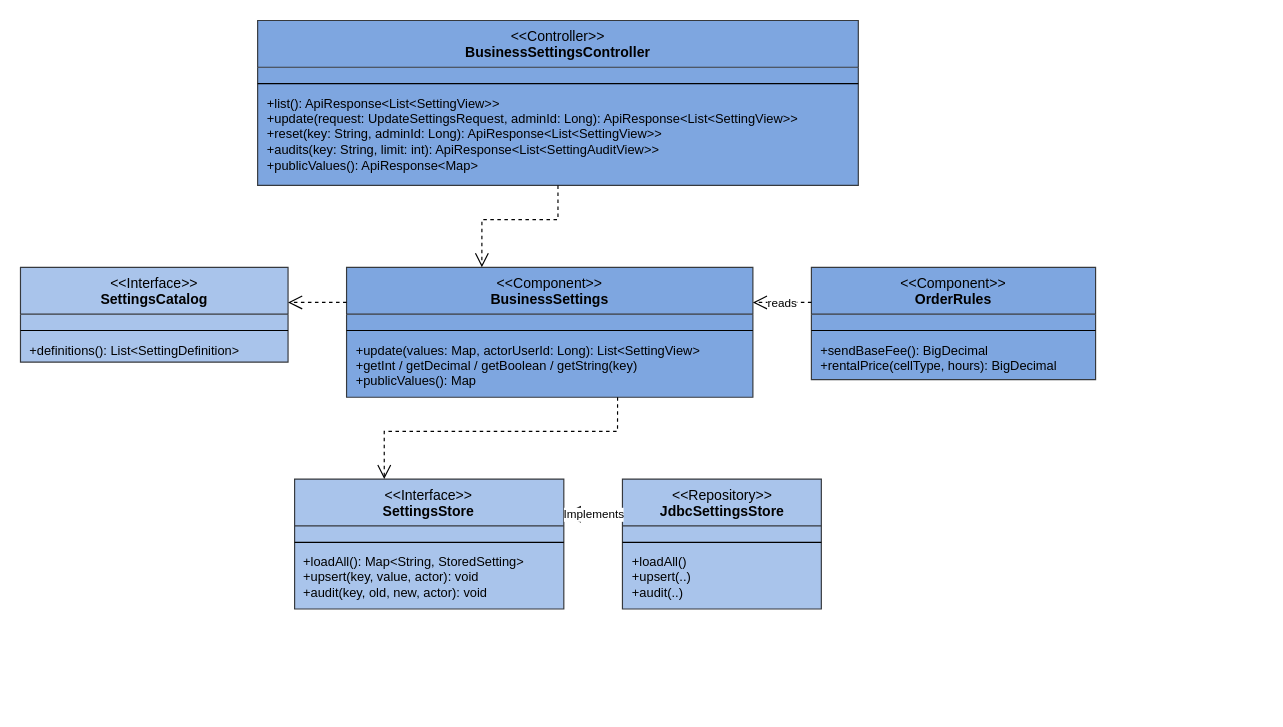
Earlier version of the draw.io diagram rp4/sdd-assets/drawio/cls_settings.drawio (LockR-Tech/docs). Source tidied: cells renumbered, new cells numbered last; positions are measured from the earlier drawing's top-left corner, leaving out a move shared by most shapes. Both pictures are drawn from the tidied source at 117%, with x=0, y=0 at pixel (20, 20).
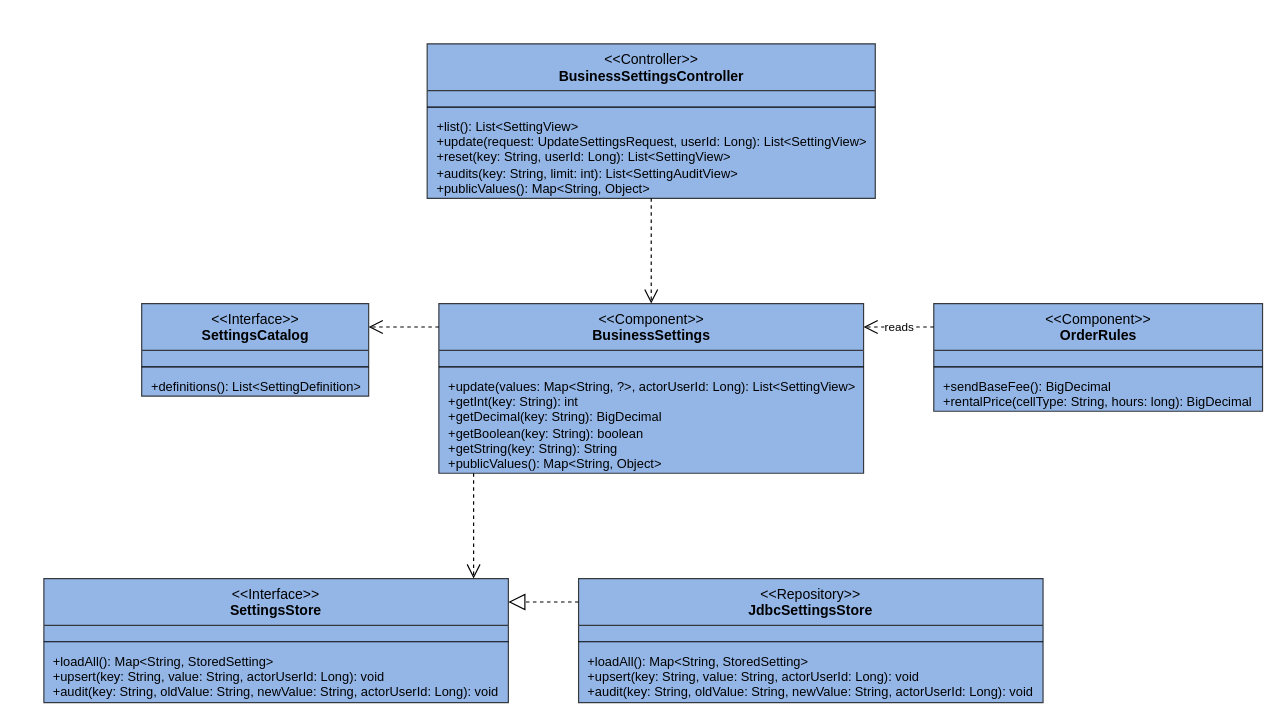
After the change.

Diff of the diagram source:
```diff
@@
-    <mxCell id="2" value="&amp;lt;&amp;lt;Controller&amp;gt;&amp;gt;&lt;br&gt;&lt;b&gt;BusinessSettingsController&lt;/b&gt;" style="swimlane;fontStyle=0;align=center;verticalAlign=top;horizontal=1;startSize=40;html=1;whiteSpace=wrap;fillColor=#7EA6E0;swimlaneFillColor=#7EA6E0;strokeColor=#36393d;fontSize=12;" parent="1" vertex="1">
-      <mxGeometry x="202.7" width="513.4" height="141" as="geometry" />
+    <mxCell id="2" value="&amp;lt;&amp;lt;Controller&amp;gt;&amp;gt;&lt;br&gt;&lt;b&gt;BusinessSettingsController&lt;/b&gt;" style="swimlane;fontStyle=0;align=center;verticalAlign=top;horizontal=1;startSize=40;html=1;whiteSpace=wrap;fillColor=#94B6E7;swimlaneFillColor=#94B6E7;strokeColor=#36393d;fontSize=12;" parent="1" vertex="1">
+      <mxGeometry x="347.6" y="20" width="383" height="132" as="geometry" />
     </mxCell>
     <mxCell id="3" style="text;strokeColor=none;fillColor=none;align=left;verticalAlign=top;spacingLeft=6;spacingRight=4;overflow=hidden;html=1;whiteSpace=nowrap;fontSize=11;" parent="2" vertex="1">
-      <mxGeometry y="40" width="513.4" height="10" as="geometry" />
+      <mxGeometry y="40" width="383" height="10" as="geometry" />
     </mxCell>
     <mxCell id="4" style="line;strokeWidth=1;fillColor=none;align=left;verticalAlign=middle;spacingTop=-1;spacingLeft=3;spacingRight=3;labelPosition=right;" parent="2" vertex="1">
-      <mxGeometry y="50" width="513.4" height="8" as="geometry" />
+      <mxGeometry y="50" width="383" height="8" as="geometry" />
     </mxCell>
-    <mxCell id="5" value="+list(): ApiResponse&amp;lt;List&amp;lt;SettingView&amp;gt;&amp;gt;&lt;br&gt;+update(request: UpdateSettingsRequest, adminId: Long): ApiResponse&amp;lt;List&amp;lt;SettingView&amp;gt;&amp;gt;&lt;br&gt;+reset(key: String, adminId: Long): ApiResponse&amp;lt;List&amp;lt;SettingView&amp;gt;&amp;gt;&lt;br&gt;+audits(key: String, limit: int): ApiResponse&amp;lt;List&amp;lt;SettingAuditView&amp;gt;&amp;gt;&lt;br&gt;+publicValues(): ApiResponse&amp;lt;Map&amp;gt;" style="text;strokeColor=none;fillColor=none;align=left;verticalAlign=top;spacingLeft=6;spacingRight=4;overflow=hidden;html=1;whiteSpace=nowrap;fontSize=11;" parent="2" vertex="1">
-      <mxGeometry y="58" width="513.4" height="83" as="geometry" />
+    <mxCell id="5" value="+list(): List&amp;lt;SettingView&amp;gt;&lt;br&gt;+update(request: UpdateSettingsRequest, userId: Long): List&amp;lt;SettingView&amp;gt;&lt;br&gt;+reset(key: String, userId: Long): List&amp;lt;SettingView&amp;gt;&lt;br&gt;+audits(key: String, limit: int): List&amp;lt;SettingAuditView&amp;gt;&lt;br&gt;+publicValues(): Map&amp;lt;String, Object&amp;gt;" style="text;strokeColor=none;fillColor=none;align=left;verticalAlign=top;spacingLeft=6;spacingRight=4;overflow=hidden;html=1;whiteSpace=nowrap;fontSize=11;" parent="2" vertex="1">
+      <mxGeometry y="58" width="383" height="74" as="geometry" />
     </mxCell>
-    <mxCell id="6" value="&amp;lt;&amp;lt;Interface&amp;gt;&amp;gt;&lt;br&gt;&lt;b&gt;SettingsCatalog&lt;/b&gt;" style="swimlane;fontStyle=0;align=center;verticalAlign=top;horizontal=1;startSize=40;html=1;whiteSpace=wrap;fillColor=#A9C4EB;swimlaneFillColor=#A9C4EB;strokeColor=#36393d;fontSize=12;" parent="1" vertex="1">
-      <mxGeometry y="211" width="228.7" height="81" as="geometry" />
+    <mxCell id="6" value="&amp;lt;&amp;lt;Interface&amp;gt;&amp;gt;&lt;br&gt;&lt;b&gt;SettingsCatalog&lt;/b&gt;" style="swimlane;fontStyle=0;align=center;verticalAlign=top;horizontal=1;startSize=40;html=1;whiteSpace=wrap;fillColor=#94B6E7;swimlaneFillColor=#94B6E7;strokeColor=#36393d;fontSize=12;" parent="1" vertex="1">
+      <mxGeometry x="103.6" y="242" width="194" height="79" as="geometry" />
     </mxCell>
     <mxCell id="7" style="text;strokeColor=none;fillColor=none;align=left;verticalAlign=top;spacingLeft=6;spacingRight=4;overflow=hidden;html=1;whiteSpace=nowrap;fontSize=11;" parent="6" vertex="1">
-      <mxGeometry y="40" width="228.7" height="10" as="geometry" />
+      <mxGeometry y="40" width="194" height="10" as="geometry" />
     </mxCell>
     <mxCell id="8" style="line;strokeWidth=1;fillColor=none;align=left;verticalAlign=middle;spacingTop=-1;spacingLeft=3;spacingRight=3;labelPosition=right;" parent="6" vertex="1">
-      <mxGeometry y="50" width="228.7" height="8" as="geometry" />
+      <mxGeometry y="50" width="194" height="8" as="geometry" />
     </mxCell>
     <mxCell id="9" value="+definitions(): List&amp;lt;SettingDefinition&amp;gt;" style="text;strokeColor=none;fillColor=none;align=left;verticalAlign=top;spacingLeft=6;spacingRight=4;overflow=hidden;html=1;whiteSpace=nowrap;fontSize=11;" parent="6" vertex="1">
-      <mxGeometry y="58" width="228.7" height="23" as="geometry" />
+      <mxGeometry y="58" width="194" height="21" as="geometry" />
     </mxCell>
-    <mxCell id="10" value="&amp;lt;&amp;lt;Component&amp;gt;&amp;gt;&lt;br&gt;&lt;b&gt;BusinessSettings&lt;/b&gt;" style="swimlane;fontStyle=0;align=center;verticalAlign=top;horizontal=1;startSize=40;html=1;whiteSpace=wrap;fillColor=#7EA6E0;swimlaneFillColor=#7EA6E0;strokeColor=#36393d;fontSize=12;" parent="1" vertex="1">
-      <mxGeometry x="278.7" y="211" width="347.3" height="111" as="geometry" />
+    <mxCell id="10" value="&amp;lt;&amp;lt;Component&amp;gt;&amp;gt;&lt;br&gt;&lt;b&gt;BusinessSettings&lt;/b&gt;" style="swimlane;fontStyle=0;align=center;verticalAlign=top;horizontal=1;startSize=40;html=1;whiteSpace=wrap;fillColor=#94B6E7;swimlaneFillColor=#94B6E7;strokeColor=#36393d;fontSize=12;" parent="1" vertex="1">
+      <mxGeometry x="357.6" y="242" width="363" height="145" as="geometry" />
     </mxCell>
     <mxCell id="11" style="text;strokeColor=none;fillColor=none;align=left;verticalAlign=top;spacingLeft=6;spacingRight=4;overflow=hidden;html=1;whiteSpace=nowrap;fontSize=11;" parent="10" vertex="1">
-      <mxGeometry y="40" width="347.3" height="10" as="geometry" />
+      <mxGeometry y="40" width="363" height="10" as="geometry" />
     </mxCell>
     <mxCell id="12" style="line;strokeWidth=1;fillColor=none;align=left;verticalAlign=middle;spacingTop=-1;spacingLeft=3;spacingRight=3;labelPosition=right;" parent="10" vertex="1">
-      <mxGeometry y="50" width="347.3" height="8" as="geometry" />
+      <mxGeometry y="50" width="363" height="8" as="geometry" />
     </mxCell>
-    <mxCell id="13" value="+update(values: Map, actorUserId: Long): List&amp;lt;SettingView&amp;gt;&lt;br&gt;+getInt / getDecimal / getBoolean / getString(key)&lt;br&gt;+publicValues(): Map" style="text;strokeColor=none;fillColor=none;align=left;verticalAlign=top;spacingLeft=6;spacingRight=4;overflow=hidden;html=1;whiteSpace=nowrap;fontSize=11;" parent="10" vertex="1">
-      <mxGeometry y="58" width="347.3" height="53" as="geometry" />
+    <mxCell id="13" value="+update(values: Map&amp;lt;String, ?&amp;gt;, actorUserId: Long): List&amp;lt;SettingView&amp;gt;&lt;br&gt;+getInt(key: String): int&lt;br&gt;+getDecimal(key: String): BigDecimal&lt;br&gt;+getBoolean(key: String): boolean&lt;br&gt;+getString(key: String): String&lt;br&gt;+publicValues(): Map&amp;lt;String, Object&amp;gt;" style="text;strokeColor=none;fillColor=none;align=left;verticalAlign=top;spacingLeft=6;spacingRight=4;overflow=hidden;html=1;whiteSpace=nowrap;fontSize=11;" parent="10" vertex="1">
+      <mxGeometry y="58" width="363" height="87" as="geometry" />
     </mxCell>
-    <mxCell id="14" value="&amp;lt;&amp;lt;Component&amp;gt;&amp;gt;&lt;br&gt;&lt;b&gt;OrderRules&lt;/b&gt;" style="swimlane;fontStyle=0;align=center;verticalAlign=top;horizontal=1;startSize=40;html=1;whiteSpace=wrap;fillColor=#7EA6E0;swimlaneFillColor=#7EA6E0;strokeColor=#36393d;fontSize=12;" parent="1" vertex="1">
-      <mxGeometry x="676" y="211" width="242.9" height="96" as="geometry" />
+    <mxCell id="14" value="&amp;lt;&amp;lt;Component&amp;gt;&amp;gt;&lt;br&gt;&lt;b&gt;OrderRules&lt;/b&gt;" style="swimlane;fontStyle=0;align=center;verticalAlign=top;horizontal=1;startSize=40;html=1;whiteSpace=wrap;fillColor=#94B6E7;swimlaneFillColor=#94B6E7;strokeColor=#36393d;fontSize=12;" parent="1" vertex="1">
+      <mxGeometry x="780.6" y="242" width="281" height="92" as="geometry" />
     </mxCell>
     <mxCell id="15" style="text;strokeColor=none;fillColor=none;align=left;verticalAlign=top;spacingLeft=6;spacingRight=4;overflow=hidden;html=1;whiteSpace=nowrap;fontSize=11;" parent="14" vertex="1">
-      <mxGeometry y="40" width="242.9" height="10" as="geometry" />
+      <mxGeometry y="40" width="281" height="10" as="geometry" />
     </mxCell>
     <mxCell id="16" style="line;strokeWidth=1;fillColor=none;align=left;verticalAlign=middle;spacingTop=-1;spacingLeft=3;spacingRight=3;labelPosition=right;" parent="14" vertex="1">
-      <mxGeometry y="50" width="242.9" height="8" as="geometry" />
+      <mxGeometry y="50" width="281" height="8" as="geometry" />
     </mxCell>
-    <mxCell id="17" value="+sendBaseFee(): BigDecimal&lt;br&gt;+rentalPrice(cellType, hours): BigDecimal" style="text;strokeColor=none;fillColor=none;align=left;verticalAlign=top;spacingLeft=6;spacingRight=4;overflow=hidden;html=1;whiteSpace=nowrap;fontSize=11;" parent="14" vertex="1">
-      <mxGeometry y="58" width="242.9" height="38" as="geometry" />
+    <mxCell id="17" value="+sendBaseFee(): BigDecimal&lt;br&gt;+rentalPrice(cellType: String, hours: long): BigDecimal" style="text;strokeColor=none;fillColor=none;align=left;verticalAlign=top;spacingLeft=6;spacingRight=4;overflow=hidden;html=1;whiteSpace=nowrap;fontSize=11;" parent="14" vertex="1">
+      <mxGeometry y="58" width="281" height="34" as="geometry" />
     </mxCell>
-    <mxCell id="18" value="&amp;lt;&amp;lt;Interface&amp;gt;&amp;gt;&lt;br&gt;&lt;b&gt;SettingsStore&lt;/b&gt;" style="swimlane;fontStyle=0;align=center;verticalAlign=top;horizontal=1;startSize=40;html=1;whiteSpace=wrap;fillColor=#A9C4EB;swimlaneFillColor=#A9C4EB;strokeColor=#36393d;fontSize=12;" parent="1" vertex="1">
-      <mxGeometry x="234.3" y="392" width="230.1" height="111" as="geometry" />
+    <mxCell id="18" value="&amp;lt;&amp;lt;Interface&amp;gt;&amp;gt;&lt;br&gt;&lt;b&gt;SettingsStore&lt;/b&gt;" style="swimlane;fontStyle=0;align=center;verticalAlign=top;horizontal=1;startSize=40;html=1;whiteSpace=wrap;fillColor=#94B6E7;swimlaneFillColor=#94B6E7;strokeColor=#36393d;fontSize=12;" parent="1" vertex="1">
+      <mxGeometry x="20" y="477" width="397" height="106" as="geometry" />
     </mxCell>
     <mxCell id="19" style="text;strokeColor=none;fillColor=none;align=left;verticalAlign=top;spacingLeft=6;spacingRight=4;overflow=hidden;html=1;whiteSpace=nowrap;fontSize=11;" parent="18" vertex="1">
-      <mxGeometry y="40" width="230.1" height="10" as="geometry" />
+      <mxGeometry y="40" width="397" height="10" as="geometry" />
     </mxCell>
     <mxCell id="20" style="line;strokeWidth=1;fillColor=none;align=left;verticalAlign=middle;spacingTop=-1;spacingLeft=3;spacingRight=3;labelPosition=right;" parent="18" vertex="1">
-      <mxGeometry y="50" width="230.1" height="8" as="geometry" />
+      <mxGeometry y="50" width="397" height="8" as="geometry" />
     </mxCell>
-    <mxCell id="21" value="+loadAll(): Map&amp;lt;String, StoredSetting&amp;gt;&lt;br&gt;+upsert(key, value, actor): void&lt;br&gt;+audit(key, old, new, actor): void" style="text;strokeColor=none;fillColor=none;align=left;verticalAlign=top;spacingLeft=6;spacingRight=4;overflow=hidden;html=1;whiteSpace=nowrap;fontSize=11;" parent="18" vertex="1">
-      <mxGeometry y="58" width="230.1" height="53" as="geometry" />
+    <mxCell id="21" value="+loadAll(): Map&amp;lt;String, StoredSetting&amp;gt;&lt;br&gt;+upsert(key: String, value: String, actorUserId: Long): void&lt;br&gt;+audit(key: String, oldValue: String, newValue: String, actorUserId: Long): void" style="text;strokeColor=none;fillColor=none;align=left;verticalAlign=top;spacingLeft=6;spacingRight=4;overflow=hidden;html=1;whiteSpace=nowrap;fontSize=11;" parent="18" vertex="1">
+      <mxGeometry y="58" width="397" height="48" as="geometry" />
     </mxCell>
-    <mxCell id="22" value="&amp;lt;&amp;lt;Repository&amp;gt;&amp;gt;&lt;br&gt;&lt;b&gt;JdbcSettingsStore&lt;/b&gt;" style="swimlane;fontStyle=0;align=center;verticalAlign=top;horizontal=1;startSize=40;html=1;whiteSpace=wrap;fillColor=#A9C4EB;swimlaneFillColor=#A9C4EB;strokeColor=#36393d;fontSize=12;" parent="1" vertex="1">
-      <mxGeometry x="514.5" y="392" width="170" height="111" as="geometry" />
+    <mxCell id="22" value="&amp;lt;&amp;lt;Repository&amp;gt;&amp;gt;&lt;br&gt;&lt;b&gt;JdbcSettingsStore&lt;/b&gt;" style="swimlane;fontStyle=0;align=center;verticalAlign=top;horizontal=1;startSize=40;html=1;whiteSpace=wrap;fillColor=#94B6E7;swimlaneFillColor=#94B6E7;strokeColor=#36393d;fontSize=12;" parent="1" vertex="1">
+      <mxGeometry x="477" y="477" width="397" height="106" as="geometry" />
     </mxCell>
     <mxCell id="23" style="text;strokeColor=none;fillColor=none;align=left;verticalAlign=top;spacingLeft=6;spacingRight=4;overflow=hidden;html=1;whiteSpace=nowrap;fontSize=11;" parent="22" vertex="1">
-      <mxGeometry y="40" width="170" height="10" as="geometry" />
+      <mxGeometry y="40" width="397" height="10" as="geometry" />
     </mxCell>
     <mxCell id="24" style="line;strokeWidth=1;fillColor=none;align=left;verticalAlign=middle;spacingTop=-1;spacingLeft=3;spacingRight=3;labelPosition=right;" parent="22" vertex="1">
-      <mxGeometry y="50" width="170" height="8" as="geometry" />
+      <mxGeometry y="50" width="397" height="8" as="geometry" />
     </mxCell>
-    <mxCell id="25" value="+loadAll()&lt;br&gt;+upsert(..)&lt;br&gt;+audit(..)" style="text;strokeColor=none;fillColor=none;align=left;verticalAlign=top;spacingLeft=6;spacingRight=4;overflow=hidden;html=1;whiteSpace=nowrap;fontSize=11;" parent="22" vertex="1">
-      <mxGeometry y="58" width="170" height="53" as="geometry" />
+    <mxCell id="25" value="+loadAll(): Map&amp;lt;String, StoredSetting&amp;gt;&lt;br&gt;+upsert(key: String, value: String, actorUserId: Long): void&lt;br&gt;+audit(key: String, oldValue: String, newValue: String, actorUserId: Long): void" style="text;strokeColor=none;fillColor=none;align=left;verticalAlign=top;spacingLeft=6;spacingRight=4;overflow=hidden;html=1;whiteSpace=nowrap;fontSize=11;" parent="22" vertex="1">
+      <mxGeometry y="58" width="397" height="48" as="geometry" />
     </mxCell>
-    <mxCell id="26" style="edgeStyle=orthogonalEdgeStyle;rounded=0;html=1;dashed=1;endArrow=open;endSize=10;fontSize=10;labelBackgroundColor=#ffffff;exitX=0.500;exitY=1;exitDx=0;exitDy=0;entryX=0.333;entryY=0;entryDx=0;entryDy=0;" parent="1" edge="1" source="2" target="10">
-      <mxGeometry relative="1" as="geometry">
-        <Array as="points">
-          <mxPoint x="459.4" y="170.2" />
-          <mxPoint x="394.4" y="170.2" />
-        </Array>
-      </mxGeometry>
+    <mxCell id="26" style="edgeStyle=none;rounded=0;html=1;fontSize=10;labelBackgroundColor=#ffffff;strokeColor=#000000;dashed=1;endArrow=open;endSize=10;exitX=0.0000;exitY=0.1379;exitDx=0;exitDy=0;exitPerimeter=0;entryX=1.0000;entryY=0.2532;entryDx=0;entryDy=0;entryPerimeter=0;" parent="1" edge="1" source="10" target="6">
+      <mxGeometry relative="1" as="geometry" />
     </mxCell>
-    <mxCell id="27" style="edgeStyle=orthogonalEdgeStyle;rounded=0;html=1;dashed=1;endArrow=open;endSize=10;fontSize=10;labelBackgroundColor=#ffffff;exitX=0;exitY=0.2703;exitDx=0;exitDy=0;entryX=1;entryY=0.3704;entryDx=0;entryDy=0;" parent="1" edge="1" source="10" target="6">
+    <mxCell id="27" value="reads" style="edgeStyle=none;rounded=0;html=1;fontSize=10;labelBackgroundColor=#ffffff;strokeColor=#000000;dashed=1;endArrow=open;endSize=10;exitX=0.0000;exitY=0.2174;exitDx=0;exitDy=0;exitPerimeter=0;entryX=1.0000;entryY=0.1379;entryDx=0;entryDy=0;entryPerimeter=0;" parent="1" edge="1" source="14" target="10">
       <mxGeometry relative="1" as="geometry" />
     </mxCell>
-    <mxCell id="28" style="edgeStyle=orthogonalEdgeStyle;rounded=0;html=1;dashed=1;endArrow=open;endSize=10;fontSize=10;labelBackgroundColor=#ffffff;exitX=0.667;exitY=1;exitDx=0;exitDy=0;entryX=0.333;entryY=0;entryDx=0;entryDy=0;" parent="1" edge="1" source="10" target="18">
-      <mxGeometry relative="1" as="geometry">
-        <Array as="points">
-          <mxPoint x="510.2" y="351.2" />
-          <mxPoint x="311" y="351.2" />
-        </Array>
-      </mxGeometry>
+    <mxCell id="28" style="edgeStyle=none;rounded=0;html=1;fontSize=10;labelBackgroundColor=#ffffff;strokeColor=#000000;dashed=1;endArrow=block;endFill=0;endSize=12;exitX=0.0000;exitY=0.1887;exitDx=0;exitDy=0;exitPerimeter=0;entryX=1.0000;entryY=0.1887;entryDx=0;entryDy=0;entryPerimeter=0;" parent="1" edge="1" source="22" target="18">
+      <mxGeometry relative="1" as="geometry" />
     </mxCell>
-    <mxCell id="29" value="Implements" style="edgeStyle=orthogonalEdgeStyle;rounded=0;html=1;dashed=1;endArrow=block;endFill=0;endSize=12;fontSize=10;labelBackgroundColor=#ffffff;exitX=0;exitY=0.2703;exitDx=0;exitDy=0;entryX=1;entryY=0.2703;entryDx=0;entryDy=0;" parent="1" edge="1" source="22" target="18">
+    <mxCell id="29" style="edgeStyle=none;rounded=0;html=1;fontSize=10;labelBackgroundColor=#ffffff;strokeColor=#000000;dashed=1;endArrow=open;endSize=10;exitX=0.5000;exitY=1.0000;exitDx=0;exitDy=0;exitPerimeter=0;entryX=0.5000;entryY=0.0000;entryDx=0;entryDy=0;entryPerimeter=0;" parent="1" edge="1" source="2" target="10">
       <mxGeometry relative="1" as="geometry" />
     </mxCell>
-    <mxCell id="30" value="reads" style="edgeStyle=orthogonalEdgeStyle;rounded=0;html=1;dashed=1;endArrow=open;endSize=10;fontSize=10;labelBackgroundColor=#ffffff;exitX=0;exitY=0.3125;exitDx=0;exitDy=0;entryX=1;entryY=0.2703;entryDx=0;entryDy=0;" parent="1" edge="1" source="14" target="10">
+    <mxCell id="30" style="edgeStyle=none;rounded=0;html=1;fontSize=10;labelBackgroundColor=#ffffff;strokeColor=#000000;dashed=1;endArrow=open;endSize=10;exitX=0.0818;exitY=1.0000;exitDx=0;exitDy=0;exitPerimeter=0;entryX=0.9252;entryY=0.0000;entryDx=0;entryDy=0;entryPerimeter=0;" parent="1" edge="1" source="10" target="18">
       <mxGeometry relative="1" as="geometry" />
     </mxCell>
```
